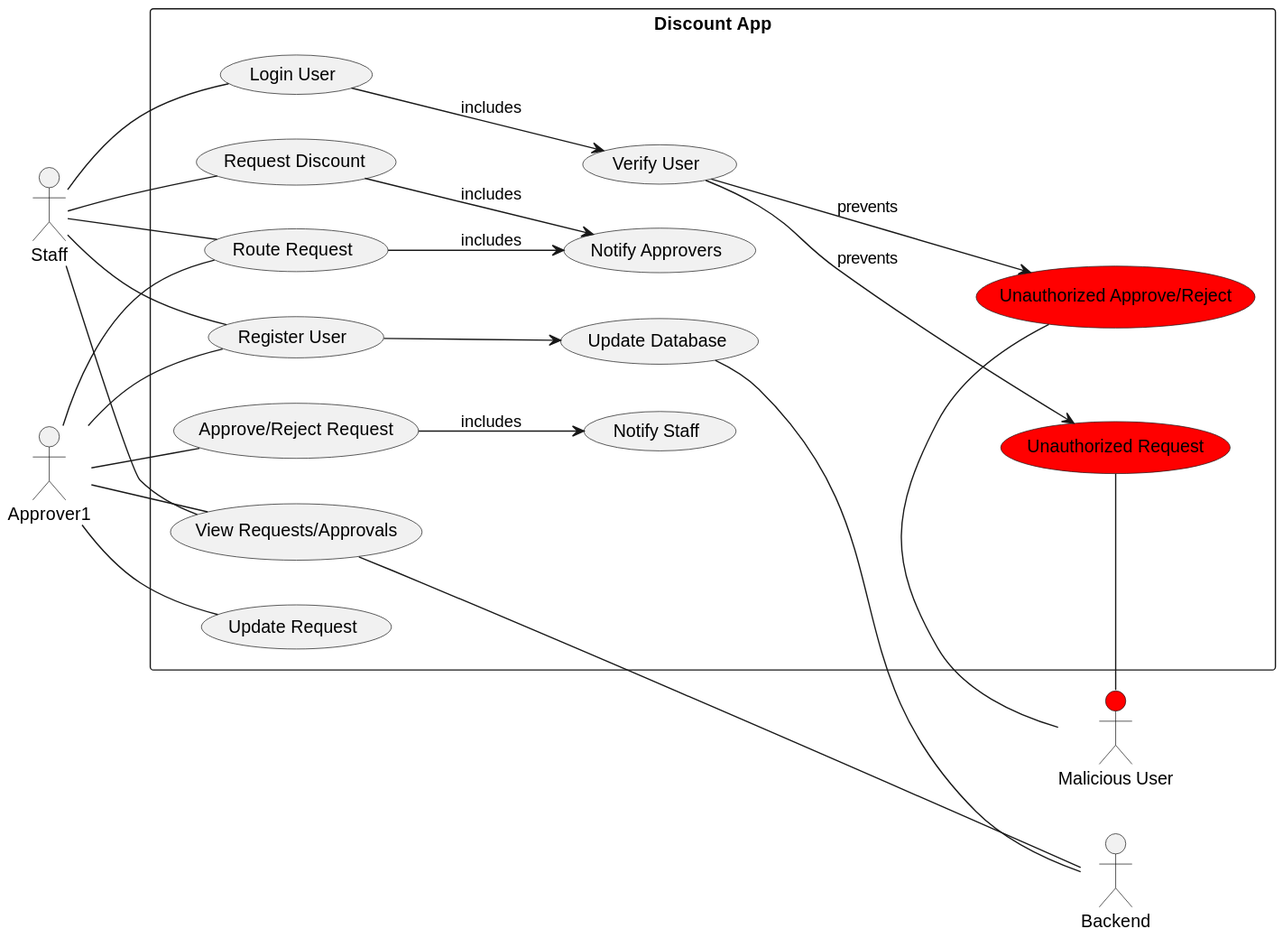
Above: img/Teams Bot Use Case Diagram.svg in Senrli/DCA-app (PlantUML), before the change. Its diagram source:
```plantuml
@startuml
left to right direction
actor Staff as s
actor Approver1 as a
actor Backend as b
actor "Malicious User" as m #red

rectangle "Discount App" {
  usecase "Request Discount" as UC1
  usecase "View Requests/Approvals" as UC2
  usecase "Update Request" as UC3
  usecase "Approve/Reject Request" as UC4
  usecase "Route Request" as UC5
  usecase "Notify Approvers" as UC6
  usecase "Notify Staff" as UC7
  usecase "Register User" as UC9
  usecase "Update Database" as UC10
  usecase "Verify User" as UC11
  usecase "Unauthorized Request" as UC12 #red
  usecase "Unauthorized Approve/Reject" as UC13 #red
  usecase "Login User" as UC14
}

UC1 --> UC6: includes
UC5 --> UC6: includes
UC4 --> UC7: includes
UC14 --> UC11: includes
UC11 ---> UC12: prevents
UC11 ---> UC13: prevents

UC9 --> UC10

m - UC12
m - UC13
s - UC9
a - UC9
a -- UC4
s -- UC1
s - UC2
a - UC2
a -- UC3
s -- UC14
a -- UC5
s -- UC5

UC10 --- b
UC2 --- b


@enduml
```
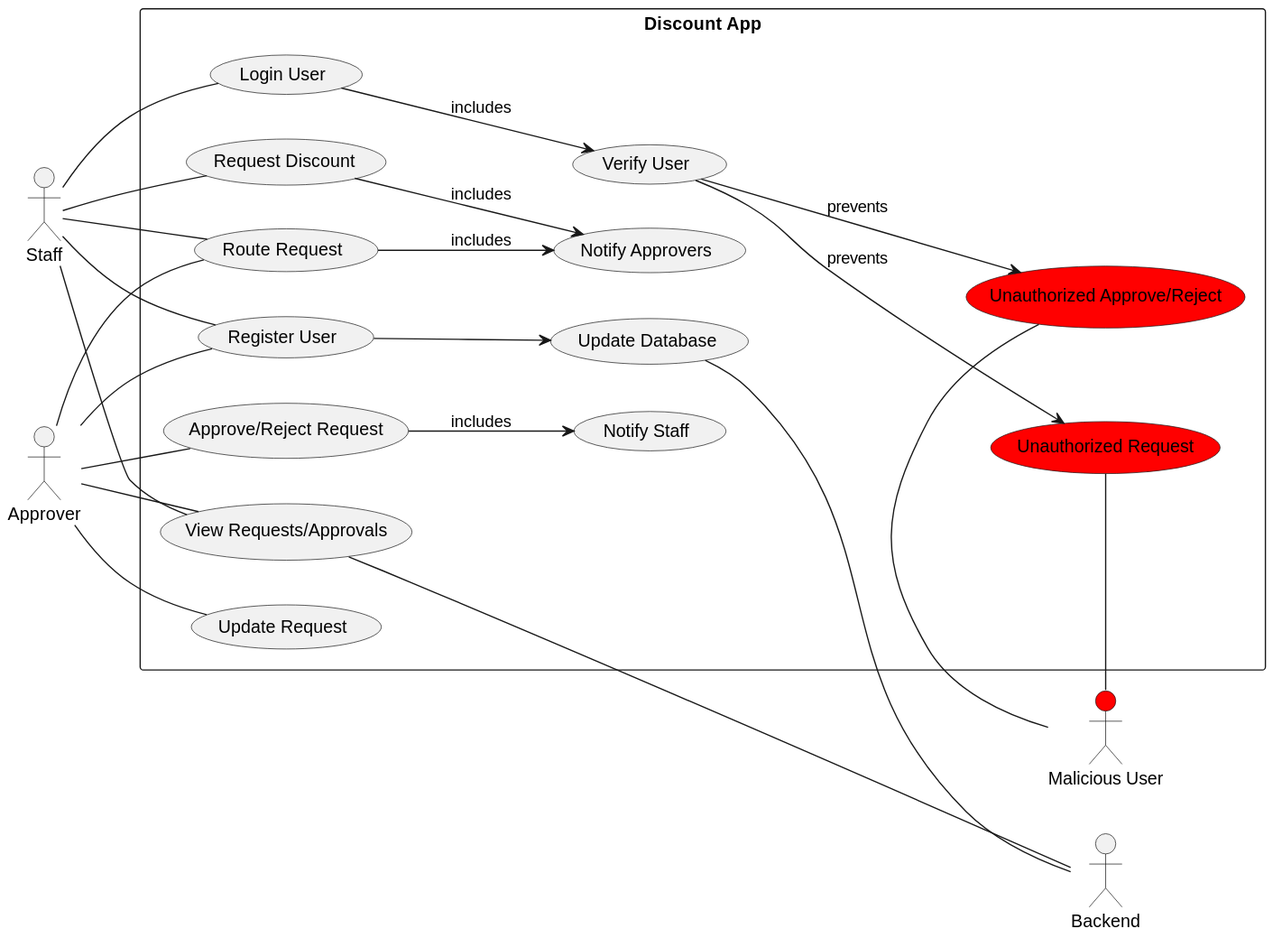
Above is the later version.

Commit message:
Update Use Case Diagram

Diff of the diagram source:
```diff
@@ -1,7 +1,7 @@
 @startuml
 left to right direction
 actor Staff as s
-actor Approver1 as a
+actor Approver as a
 actor Backend as b
 actor "Malicious User" as m #red
 
```
